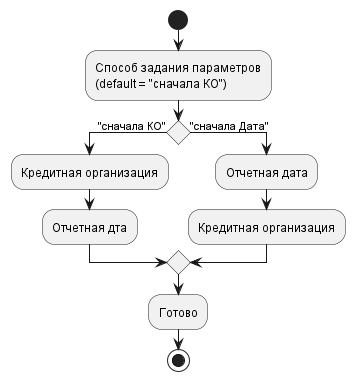
Earlier version of the PlantUML export out/src/0409072/promptSelection/promptSelection.png (hheli/hheliDiagrams). Its diagram source:
```plantuml
@startuml
start
:Способ задания параметров
(default = "сначала КО");
if () then ("cначала КО")
:Кредитная организация;
:Отчетная дта;
else ("сначала Дата")
:Отчетная дата;
:Кредитная организация;
endif
:Готово;
stop
@enduml
```
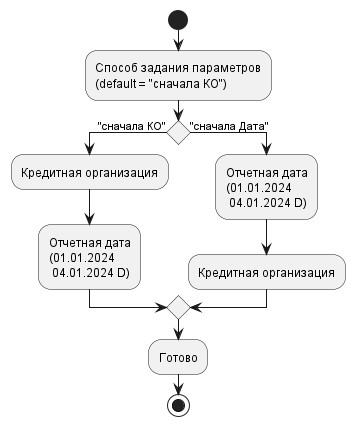
Above is the later version.

Diff of the diagram source:
```diff
@@ -4,9 +4,13 @@
 (default = "сначала КО");
 if () then ("cначала КО")
 :Кредитная организация;
-:Отчетная дта;
+:Отчетная дата
+(01.01.2024
+ 04.01.2024 D);
 else ("сначала Дата")
-:Отчетная дата;
+:Отчетная дата
+(01.01.2024
+ 04.01.2024 D);
 :Кредитная организация;
 endif
 :Готово;
```
